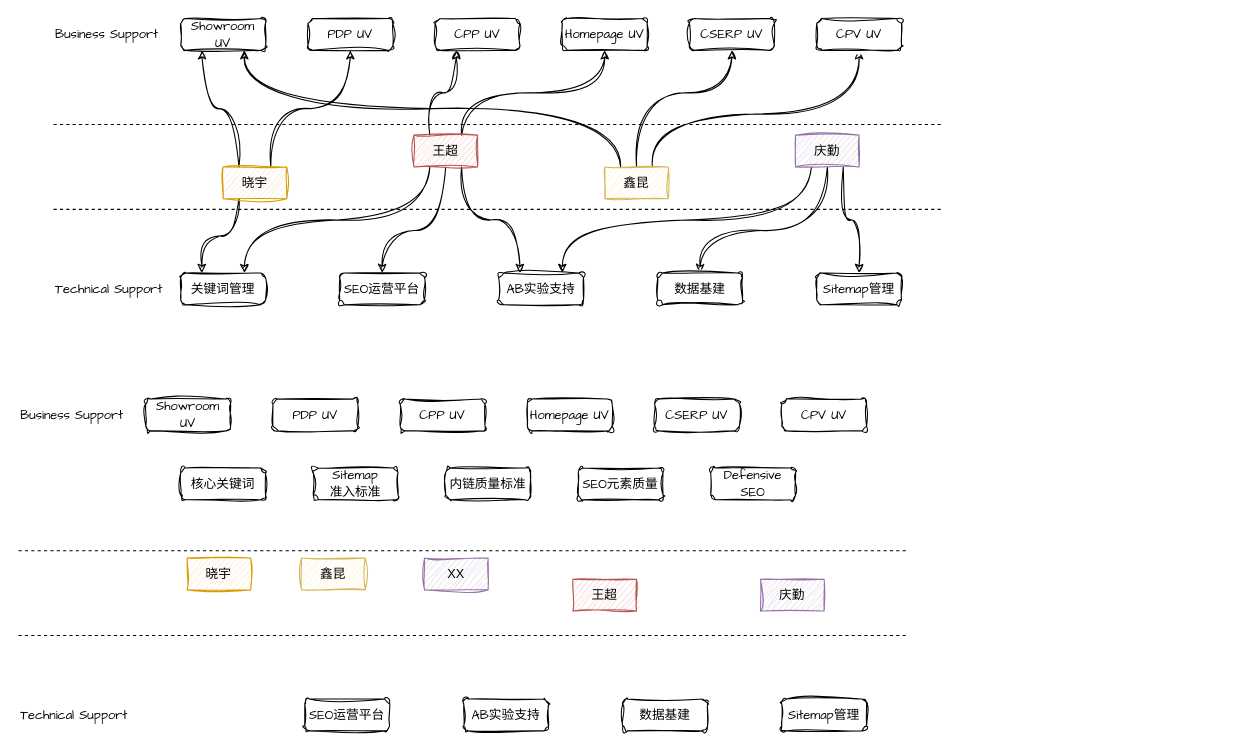
Earlier version of the draw.io diagram drawio/团队分工.drawio (VisableHarry/seo-drawio). Source tidied: cells renumbered, new cells numbered last; positions are measured from the earlier drawing's top-left corner, leaving out a move shared by most shapes. Both pictures are drawn from the tidied source at 106%, with x=0, y=0 at pixel (18, 18).
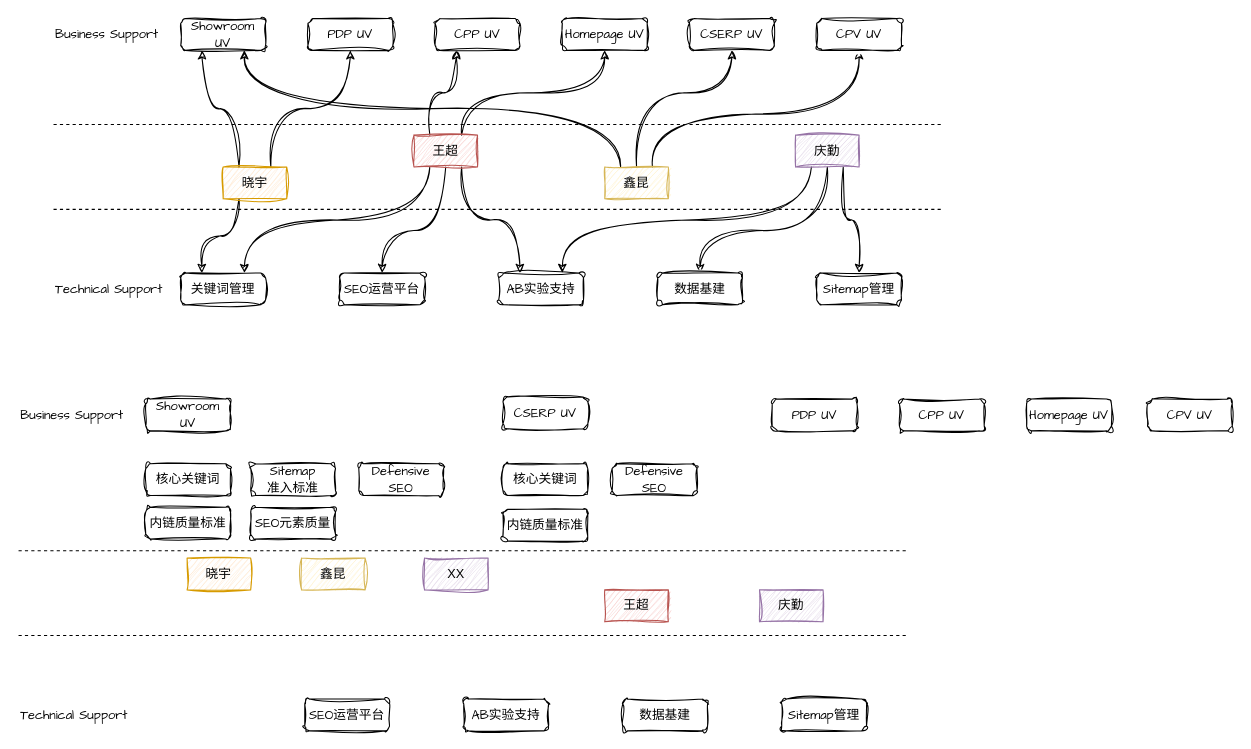
After the change.

Commit message:
更新团队分工.drawio

The edit, as a diff of the source:
```diff
@@
     <mxCell id="40" value="王超" style="text;html=1;whiteSpace=wrap;strokeColor=#b85450;fillColor=#f8cecc;align=center;verticalAlign=middle;rounded=0;sketch=1;curveFitting=1;jiggle=2;" parent="1" vertex="1">
-      <mxGeometry x="523" y="529" width="60" height="30" as="geometry" />
+      <mxGeometry x="553" y="539" width="60" height="30" as="geometry" />
     </mxCell>
@@
     <mxCell id="42" value="庆勤" style="text;html=1;whiteSpace=wrap;strokeColor=#9673a6;fillColor=#e1d5e7;align=center;verticalAlign=middle;rounded=0;sketch=1;curveFitting=1;jiggle=2;" parent="1" vertex="1">
-      <mxGeometry x="700" y="529" width="60" height="30" as="geometry" />
+      <mxGeometry x="699" y="539" width="60" height="30" as="geometry" />
     </mxCell>
@@
     <mxCell id="44" value="&lt;font face=&quot;Comic Sans MS&quot;&gt;CSERP UV&lt;/font&gt;" style="rounded=1;whiteSpace=wrap;html=1;sketch=1;curveFitting=1;jiggle=2;" parent="1" vertex="1">
-      <mxGeometry x="600" y="359" width="80" height="30" as="geometry" />
+      <mxGeometry x="457" y="357" width="80" height="30" as="geometry" />
     </mxCell>
     <mxCell id="45" value="&lt;font face=&quot;Comic Sans MS&quot;&gt;CPP UV&lt;/font&gt;" style="rounded=1;whiteSpace=wrap;html=1;sketch=1;curveFitting=1;jiggle=2;" parent="1" vertex="1">
-      <mxGeometry x="360" y="359" width="80" height="30" as="geometry" />
+      <mxGeometry x="831" y="359" width="80" height="30" as="geometry" />
     </mxCell>
     <mxCell id="46" value="&lt;font face=&quot;Comic Sans MS&quot;&gt;PDP UV&lt;/font&gt;" style="rounded=1;whiteSpace=wrap;html=1;sketch=1;curveFitting=1;jiggle=2;" parent="1" vertex="1">
-      <mxGeometry x="240" y="359" width="80" height="30" as="geometry" />
+      <mxGeometry x="711" y="359" width="80" height="30" as="geometry" />
     </mxCell>
     <mxCell id="47" value="&lt;font face=&quot;Comic Sans MS&quot;&gt;Homepage UV&lt;/font&gt;" style="rounded=1;whiteSpace=wrap;html=1;sketch=1;curveFitting=1;jiggle=2;" parent="1" vertex="1">
-      <mxGeometry x="480" y="359" width="80" height="30" as="geometry" />
+      <mxGeometry x="951" y="359" width="80" height="30" as="geometry" />
     </mxCell>
     <mxCell id="48" value="&lt;font face=&quot;Comic Sans MS&quot;&gt;CPV UV&lt;/font&gt;" style="rounded=1;whiteSpace=wrap;html=1;sketch=1;curveFitting=1;jiggle=2;" parent="1" vertex="1">
-      <mxGeometry x="720" y="359" width="80" height="30" as="geometry" />
+      <mxGeometry x="1065" y="359" width="80" height="30" as="geometry" />
     </mxCell>
@@
     <mxCell id="53" value="&lt;font face=&quot;Comic Sans MS&quot;&gt;核心关键词&lt;/font&gt;" style="rounded=1;whiteSpace=wrap;html=1;sketch=1;curveFitting=1;jiggle=2;" parent="1" vertex="1">
-      <mxGeometry x="153" y="424" width="80" height="30" as="geometry" />
+      <mxGeometry x="120" y="420" width="80" height="30" as="geometry" />
     </mxCell>
     <mxCell id="54" value="&lt;font face=&quot;Comic Sans MS&quot;&gt;内链质量标准&lt;/font&gt;" style="rounded=1;whiteSpace=wrap;html=1;sketch=1;curveFitting=1;jiggle=2;" parent="1" vertex="1">
-      <mxGeometry x="403" y="424" width="80" height="30" as="geometry" />
+      <mxGeometry x="120" y="461" width="80" height="30" as="geometry" />
     </mxCell>
     <mxCell id="55" value="&lt;font face=&quot;Comic Sans MS&quot;&gt;Sitemap&lt;/font&gt;&lt;div&gt;&lt;font face=&quot;Comic Sans MS&quot;&gt;准入标准&lt;/font&gt;&lt;/div&gt;" style="rounded=1;whiteSpace=wrap;html=1;sketch=1;curveFitting=1;jiggle=2;" parent="1" vertex="1">
-      <mxGeometry x="278" y="424" width="80" height="30" as="geometry" />
+      <mxGeometry x="219" y="420" width="80" height="30" as="geometry" />
     </mxCell>
     <mxCell id="56" value="&lt;font face=&quot;Comic Sans MS&quot;&gt;SEO元素质量&lt;/font&gt;" style="rounded=1;whiteSpace=wrap;html=1;sketch=1;curveFitting=1;jiggle=2;" parent="1" vertex="1">
-      <mxGeometry x="528" y="424" width="80" height="30" as="geometry" />
+      <mxGeometry x="219" y="461" width="80" height="30" as="geometry" />
     </mxCell>
     <mxCell id="57" value="&lt;font face=&quot;Comic Sans MS&quot;&gt;Defensive SEO&lt;/font&gt;" style="rounded=1;whiteSpace=wrap;html=1;sketch=1;curveFitting=1;jiggle=2;" parent="1" vertex="1">
-      <mxGeometry x="653" y="424" width="80" height="30" as="geometry" />
+      <mxGeometry x="321" y="420" width="80" height="30" as="geometry" />
     </mxCell>
@@
+    <mxCell id="59" value="&lt;font face=&quot;Comic Sans MS&quot;&gt;核心关键词&lt;/font&gt;" style="rounded=1;whiteSpace=wrap;html=1;sketch=1;curveFitting=1;jiggle=2;" parent="1" vertex="1">
+      <mxGeometry x="457" y="420" width="80" height="30" as="geometry" />
+    </mxCell>
+    <mxCell id="60" value="&lt;font face=&quot;Comic Sans MS&quot;&gt;Defensive SEO&lt;/font&gt;" style="rounded=1;whiteSpace=wrap;html=1;sketch=1;curveFitting=1;jiggle=2;" parent="1" vertex="1">
+      <mxGeometry x="560" y="420" width="80" height="30" as="geometry" />
+    </mxCell>
+    <mxCell id="61" value="&lt;font face=&quot;Comic Sans MS&quot;&gt;内链质量标准&lt;/font&gt;" style="rounded=1;whiteSpace=wrap;html=1;sketch=1;curveFitting=1;jiggle=2;" parent="1" vertex="1">
+      <mxGeometry x="457" y="463" width="80" height="30" as="geometry" />
+    </mxCell>
```
